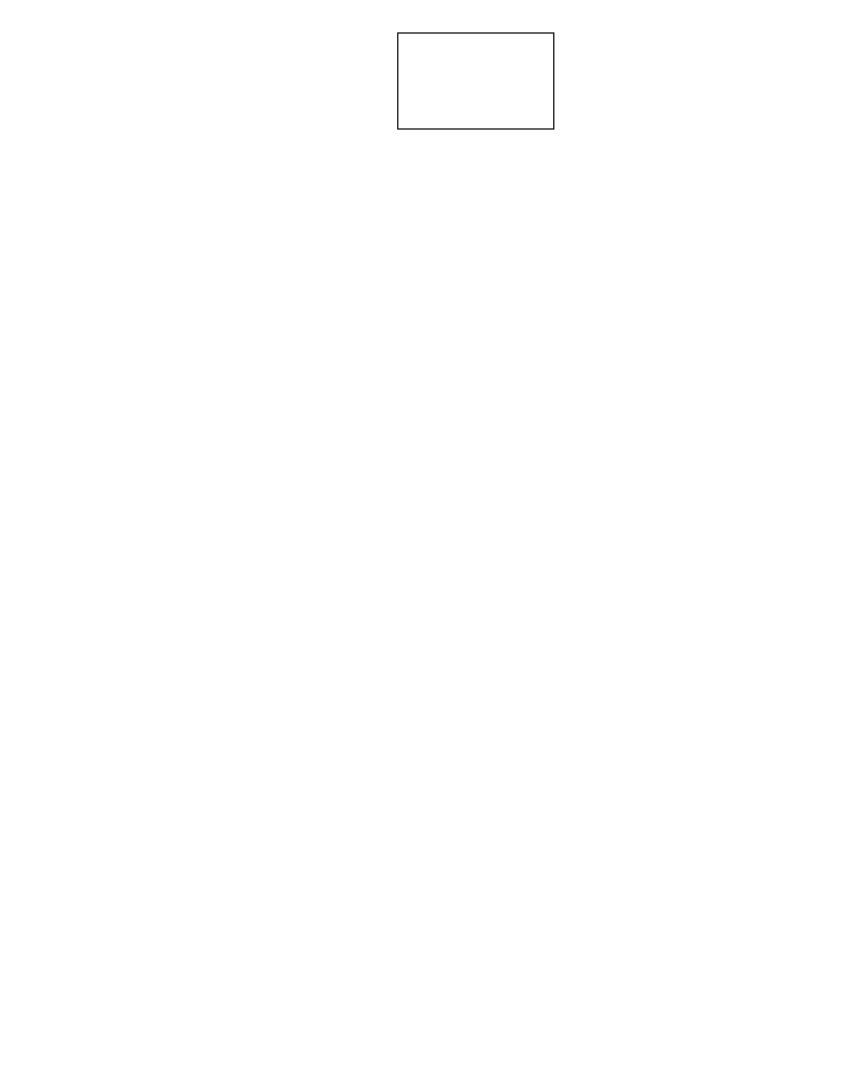
Pinballdat/shotgun_metagenomic keeps this draw.io diagram as SM_pipeline.drawio. Above is the earlier version. Source tidied: cells renumbered, new cells numbered last; positions are measured from the earlier drawing's top-left corner, leaving out a move shared by most shapes. Both pictures are drawn from the tidied source at 120%, with x=0, y=0 at pixel (397, 32).
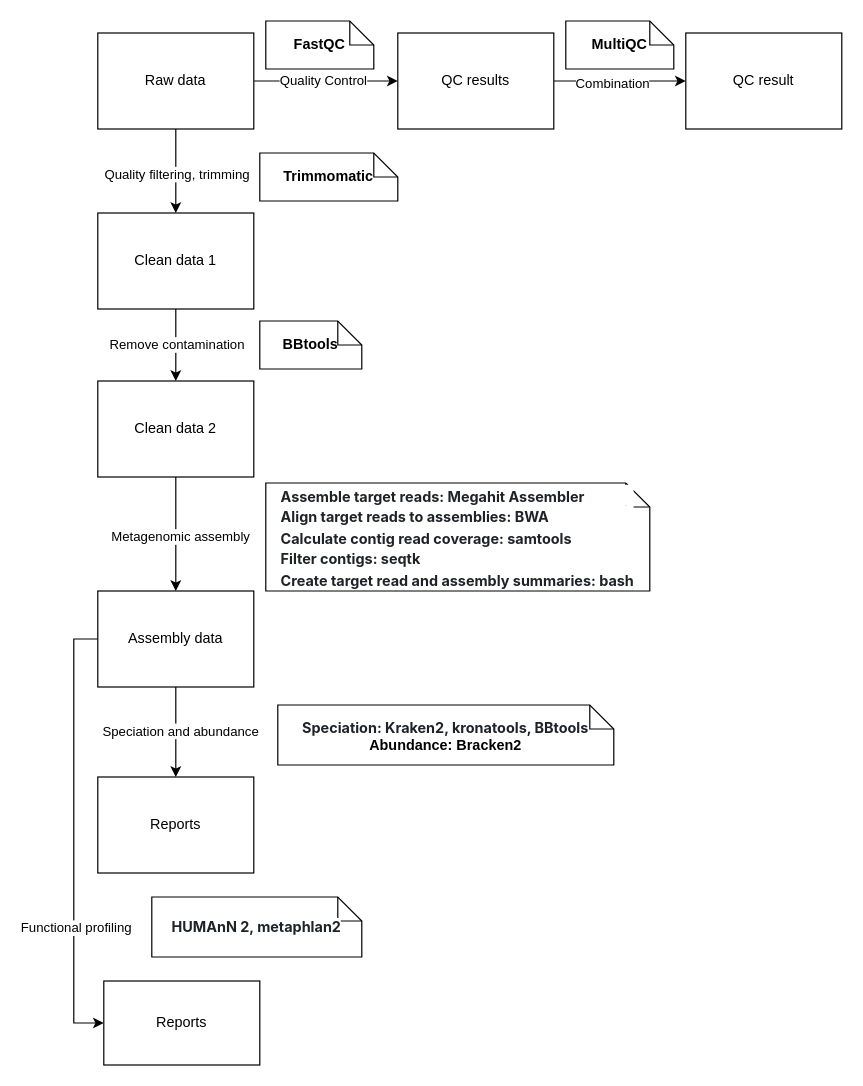
The same diagram, later.

Commit message (it also covers changes not shown here):
Cập nhật SM_pipeline.drawio

Diff of the diagram source:
```diff
@@
+    <mxCell id="3" style="edgeStyle=orthogonalEdgeStyle;rounded=0;jettySize=auto;html=1;exitX=1;exitY=0.5;exitDx=0;exitDy=0;" parent="1" edge="1" source="2" target="5">
+      <mxGeometry relative="1" as="geometry" />
+    </mxCell>
+    <mxCell id="4" value="Combination" style="edgeLabel;html=1;align=center;verticalAlign=middle;" parent="3" vertex="1">
+      <mxGeometry x="-0.12" y="-1" relative="1" as="geometry" />
+    </mxCell>
-    <mxCell id="2" style="rounded=0;whiteSpace=wrap;html=1;" parent="1" vertex="1">
+    <mxCell id="2" value="QC results" style="rounded=0;whiteSpace=wrap;html=1;strokeColor=default;align=center;verticalAlign=middle;fontFamily=Helvetica;fontSize=12;fontColor=default;fillColor=default;" parent="1" vertex="1">
       <mxGeometry width="130" height="80" as="geometry" />
     </mxCell>
+    <mxCell id="5" value="QC result" style="rounded=0;whiteSpace=wrap;html=1;strokeColor=default;align=center;verticalAlign=middle;fontFamily=Helvetica;fontSize=12;fontColor=default;fillColor=default;" parent="1" vertex="1">
+      <mxGeometry x="240" width="130" height="80" as="geometry" />
+    </mxCell>
+    <mxCell id="6" style="edgeStyle=orthogonalEdgeStyle;rounded=0;jettySize=auto;html=1;" parent="1" edge="1" source="10" target="2">
+      <mxGeometry relative="1" as="geometry" />
+    </mxCell>
+    <mxCell id="7" value="Quality Control" style="edgeLabel;html=1;align=center;verticalAlign=middle;" parent="6" vertex="1">
+      <mxGeometry x="-0.05" y="1" relative="1" as="geometry" />
+    </mxCell>
+    <mxCell id="8" style="edgeStyle=orthogonalEdgeStyle;rounded=0;jettySize=auto;html=1;entryX=0.5;entryY=0;entryDx=0;entryDy=0;" parent="1" edge="1" source="10" target="13">
+      <mxGeometry relative="1" as="geometry" />
+    </mxCell>
+    <mxCell id="9" value="Quality filtering, trimming" style="edgeLabel;html=1;align=center;verticalAlign=middle;" parent="8" vertex="1">
+      <mxGeometry x="-0.08" y="1" relative="1" as="geometry">
+        <mxPoint x="-1" y="5" as="offset" />
+      </mxGeometry>
+    </mxCell>
+    <mxCell id="10" value="Raw data" style="rounded=0;whiteSpace=wrap;html=1;strokeColor=default;align=center;verticalAlign=middle;fontFamily=Helvetica;fontSize=12;fontColor=default;fillColor=default;" parent="1" vertex="1">
+      <mxGeometry x="-250" width="130" height="80" as="geometry" />
+    </mxCell>
+    <mxCell id="11" style="edgeStyle=orthogonalEdgeStyle;rounded=0;jettySize=auto;html=1;entryX=0.5;entryY=0;entryDx=0;entryDy=0;" parent="1" edge="1" source="13" target="16">
+      <mxGeometry relative="1" as="geometry" />
+    </mxCell>
+    <mxCell id="12" value="Remove contamination" style="edgeLabel;html=1;align=center;verticalAlign=middle;" parent="11" vertex="1">
+      <mxGeometry x="-0.02" relative="1" as="geometry" />
+    </mxCell>
+    <mxCell id="13" value="Clean data 1" style="rounded=0;whiteSpace=wrap;html=1;strokeColor=default;align=center;verticalAlign=middle;fontFamily=Helvetica;fontSize=12;fontColor=default;fillColor=default;" parent="1" vertex="1">
+      <mxGeometry x="-250" y="150" width="130" height="80" as="geometry" />
+    </mxCell>
+    <mxCell id="14" style="edgeStyle=orthogonalEdgeStyle;rounded=0;jettySize=auto;html=1;entryX=0.5;entryY=0;entryDx=0;entryDy=0;" parent="1" edge="1" source="16" target="21">
+      <mxGeometry relative="1" as="geometry" />
+    </mxCell>
+    <mxCell id="15" value="Metagenomic assembly" style="edgeLabel;html=1;align=center;verticalAlign=middle;" parent="14" vertex="1">
+      <mxGeometry x="0.04" y="3" relative="1" as="geometry" />
+    </mxCell>
+    <mxCell id="16" value="Clean data 2" style="rounded=0;whiteSpace=wrap;html=1;strokeColor=default;align=center;verticalAlign=middle;fontFamily=Helvetica;fontSize=12;fontColor=default;fillColor=default;" parent="1" vertex="1">
+      <mxGeometry x="-250" y="290" width="130" height="80" as="geometry" />
+    </mxCell>
+    <mxCell id="17" style="edgeStyle=orthogonalEdgeStyle;rounded=0;jettySize=auto;html=1;entryX=0.5;entryY=0;entryDx=0;entryDy=0;" parent="1" edge="1" source="21" target="27">
+      <mxGeometry relative="1" as="geometry" />
+    </mxCell>
+    <mxCell id="18" value="Speciation and abundance" style="edgeLabel;html=1;align=center;verticalAlign=middle;" parent="17" vertex="1">
+      <mxGeometry x="-0.08" y="3" relative="1" as="geometry">
+        <mxPoint y="1" as="offset" />
+      </mxGeometry>
+    </mxCell>
+    <mxCell id="19" style="edgeStyle=orthogonalEdgeStyle;rounded=0;jettySize=auto;html=1;entryX=0;entryY=0.5;entryDx=0;entryDy=0;exitX=0;exitY=0.5;exitDx=0;exitDy=0;" parent="1" edge="1" source="21" target="29">
+      <mxGeometry relative="1" as="geometry" />
+    </mxCell>
+    <mxCell id="20" value="Functional profiling" style="edgeLabel;html=1;align=center;verticalAlign=middle;" parent="19" vertex="1">
+      <mxGeometry x="0.35" y="1" relative="1" as="geometry">
+        <mxPoint y="14" as="offset" />
+      </mxGeometry>
+    </mxCell>
+    <mxCell id="21" value="Assembly data" style="rounded=0;whiteSpace=wrap;html=1;strokeColor=default;align=center;verticalAlign=middle;fontFamily=Helvetica;fontSize=12;fontColor=default;fillColor=default;" parent="1" vertex="1">
+      <mxGeometry x="-250" y="465" width="130" height="80" as="geometry" />
+    </mxCell>
+    <mxCell id="22" value="MultiQC" style="shape=note;size=20;whiteSpace=wrap;html=1;strokeColor=default;align=center;verticalAlign=middle;fontFamily=Helvetica;fontSize=12;fontColor=default;fillColor=default;fontStyle=1;" parent="1" vertex="1">
+      <mxGeometry x="140" y="-10" width="90" height="40" as="geometry" />
+    </mxCell>
+    <mxCell id="23" value="FastQC" style="shape=note;size=20;whiteSpace=wrap;html=1;strokeColor=default;align=center;verticalAlign=middle;fontFamily=Helvetica;fontSize=12;fontColor=default;fillColor=default;fontStyle=1;" parent="1" vertex="1">
+      <mxGeometry x="-110" y="-10" width="90" height="40" as="geometry" />
+    </mxCell>
+    <mxCell id="24" value="Trimmomatic" style="shape=note;size=20;whiteSpace=wrap;html=1;strokeColor=default;align=center;verticalAlign=middle;fontFamily=Helvetica;fontSize=12;fontColor=default;fillColor=default;fontStyle=1;" parent="1" vertex="1">
+      <mxGeometry x="-115" y="100" width="115" height="40" as="geometry" />
+    </mxCell>
+    <mxCell id="25" value="BBtools" style="shape=note;size=20;whiteSpace=wrap;html=1;strokeColor=default;align=center;verticalAlign=middle;fontFamily=Helvetica;fontSize=12;fontColor=default;fillColor=default;fontStyle=1;" parent="1" vertex="1">
+      <mxGeometry x="-115" y="240" width="85" height="40" as="geometry" />
+    </mxCell>
+    <mxCell id="26" value="&lt;h3 style=&quot;box-sizing: border-box; margin-top: var(--base-size-24); margin-bottom: var(--base-size-16); line-height: 1.25; color: rgb(31, 35, 40); font-family: -apple-system, &amp;quot;system-ui&amp;quot;, &amp;quot;Segoe UI&amp;quot;, &amp;quot;Noto Sans&amp;quot;, Helvetica, Arial, sans-serif, &amp;quot;Apple Color Emoji&amp;quot;, &amp;quot;Segoe UI Emoji&amp;quot;; text-align: start; background-color: rgb(255, 255, 255);&quot; dir=&quot;auto&quot; class=&quot;heading-element&quot; tabindex=&quot;-1&quot;&gt;&lt;font style=&quot;font-size: 12px;&quot;&gt;Assemble target reads: Megahit Assembler&lt;/font&gt;&lt;/h3&gt;&lt;div style=&quot;&quot;&gt;&lt;h3 style=&quot;box-sizing: border-box; margin-top: var(--base-size-24); margin-bottom: var(--base-size-16); line-height: 1.25; color: rgb(31, 35, 40); font-family: -apple-system, &amp;quot;system-ui&amp;quot;, &amp;quot;Segoe UI&amp;quot;, &amp;quot;Noto Sans&amp;quot;, Helvetica, Arial, sans-serif, &amp;quot;Apple Color Emoji&amp;quot;, &amp;quot;Segoe UI Emoji&amp;quot;; text-align: start; background-color: rgb(255, 255, 255);&quot; dir=&quot;auto&quot; class=&quot;heading-element&quot; tabindex=&quot;-1&quot;&gt;&lt;font style=&quot;font-size: 12px;&quot;&gt;Align target reads to assemblies: BWA&lt;/font&gt;&lt;/h3&gt;&lt;/div&gt;&lt;div style=&quot;&quot;&gt;&lt;h3 style=&quot;box-sizing: border-box; margin-top: var(--base-size-24); margin-bottom: var(--base-size-16); line-height: 1.25; color: rgb(31, 35, 40); font-family: -apple-system, &amp;quot;system-ui&amp;quot;, &amp;quot;Segoe UI&amp;quot;, &amp;quot;Noto Sans&amp;quot;, Helvetica, Arial, sans-serif, &amp;quot;Apple Color Emoji&amp;quot;, &amp;quot;Segoe UI Emoji&amp;quot;; text-align: start; background-color: rgb(255, 255, 255);&quot; dir=&quot;auto&quot; class=&quot;heading-element&quot; tabindex=&quot;-1&quot;&gt;&lt;font style=&quot;font-size: 12px;&quot;&gt;Calculate contig read coverage: samtools&amp;nbsp;&lt;/font&gt;&lt;/h3&gt;&lt;h3 style=&quot;box-sizing: border-box; margin-top: var(--base-size-24); margin-bottom: var(--base-size-16); line-height: 1.25; color: rgb(31, 35, 40); font-family: -apple-system, &amp;quot;system-ui&amp;quot;, &amp;quot;Segoe UI&amp;quot;, &amp;quot;Noto Sans&amp;quot;, Helvetica, Arial, sans-serif, &amp;quot;Apple Color Emoji&amp;quot;, &amp;quot;Segoe UI Emoji&amp;quot;; text-align: start; background-color: rgb(255, 255, 255);&quot; dir=&quot;auto&quot; class=&quot;heading-element&quot; tabindex=&quot;-1&quot;&gt;&lt;span style=&quot;font-size: 12px;&quot;&gt;&lt;font style=&quot;font-size: 12px;&quot;&gt;Filter contigs: seqtk&lt;/font&gt;&lt;/span&gt;&lt;/h3&gt;&lt;/div&gt;&lt;div style=&quot;&quot;&gt;&lt;h3 style=&quot;box-sizing: border-box; margin-top: var(--base-size-24); margin-bottom: var(--base-size-16); line-height: 1.25; color: rgb(31, 35, 40); font-family: -apple-system, &amp;quot;system-ui&amp;quot;, &amp;quot;Segoe UI&amp;quot;, &amp;quot;Noto Sans&amp;quot;, Helvetica, Arial, sans-serif, &amp;quot;Apple Color Emoji&amp;quot;, &amp;quot;Segoe UI Emoji&amp;quot;; text-align: start; background-color: rgb(255, 255, 255);&quot; dir=&quot;auto&quot; class=&quot;heading-element&quot; tabindex=&quot;-1&quot;&gt;&lt;font style=&quot;font-size: 12px;&quot;&gt;Create target read and assembly summaries: bash&lt;/font&gt;&lt;/h3&gt;&lt;/div&gt;" style="shape=note;size=20;whiteSpace=wrap;html=1;strokeColor=default;align=center;verticalAlign=middle;fontFamily=Helvetica;fontSize=12;fontColor=default;fillColor=default;" parent="1" vertex="1">
+      <mxGeometry x="-110" y="375" width="320" height="90" as="geometry" />
+    </mxCell>
+    <mxCell id="27" value="Reports" style="rounded=0;whiteSpace=wrap;html=1;strokeColor=default;align=center;verticalAlign=middle;fontFamily=Helvetica;fontSize=12;fontColor=default;fillColor=default;" parent="1" vertex="1">
+      <mxGeometry x="-250" y="620" width="130" height="80" as="geometry" />
+    </mxCell>
+    <mxCell id="28" value="&lt;h3 tabindex=&quot;-1&quot; class=&quot;heading-element&quot; dir=&quot;auto&quot; style=&quot;box-sizing: border-box; margin-top: var(--base-size-24); margin-bottom: var(--base-size-16); line-height: 1.25; color: rgb(31, 35, 40); font-family: -apple-system, &amp;quot;system-ui&amp;quot;, &amp;quot;Segoe UI&amp;quot;, &amp;quot;Noto Sans&amp;quot;, Helvetica, Arial, sans-serif, &amp;quot;Apple Color Emoji&amp;quot;, &amp;quot;Segoe UI Emoji&amp;quot;; text-align: start; background-color: rgb(255, 255, 255);&quot;&gt;&lt;font style=&quot;font-size: 12px;&quot;&gt;Speciation: Kraken2, kronatools, BBtools&lt;/font&gt;&lt;/h3&gt;&lt;div style=&quot;&quot;&gt;&lt;font style=&quot;font-size: 12px;&quot;&gt;Abundance: Bracken2&lt;/font&gt;&lt;/div&gt;" style="shape=note;size=20;whiteSpace=wrap;html=1;strokeColor=default;align=center;verticalAlign=middle;fontFamily=Helvetica;fontSize=12;fontColor=default;fillColor=default;fontStyle=1;" parent="1" vertex="1">
+      <mxGeometry x="-100" y="560" width="280" height="50" as="geometry" />
+    </mxCell>
+    <mxCell id="29" value="Reports" style="rounded=0;whiteSpace=wrap;html=1;strokeColor=default;align=center;verticalAlign=middle;fontFamily=Helvetica;fontSize=12;fontColor=default;fillColor=default;" parent="1" vertex="1">
+      <mxGeometry x="-245" y="790" width="130" height="70" as="geometry" />
+    </mxCell>
+    <mxCell id="30" value="&lt;h3 style=&quot;box-sizing: border-box; margin-top: var(--base-size-24); margin-bottom: var(--base-size-16); line-height: 1.25; color: rgb(31, 35, 40); font-family: -apple-system, &amp;quot;system-ui&amp;quot;, &amp;quot;Segoe UI&amp;quot;, &amp;quot;Noto Sans&amp;quot;, Helvetica, Arial, sans-serif, &amp;quot;Apple Color Emoji&amp;quot;, &amp;quot;Segoe UI Emoji&amp;quot;; text-align: start; background-color: rgb(255, 255, 255); font-size: 12px;&quot; dir=&quot;auto&quot; class=&quot;heading-element&quot; tabindex=&quot;-1&quot;&gt;&lt;span style=&quot;font-size: 12px;&quot;&gt;&lt;font style=&quot;font-size: 12px;&quot;&gt;HUMAnN 2, metaphlan2&lt;/font&gt;&lt;/span&gt;&lt;/h3&gt;" style="shape=note;size=20;whiteSpace=wrap;html=1;strokeColor=default;align=center;verticalAlign=middle;fontFamily=Helvetica;fontSize=12;fontColor=default;fillColor=default;" parent="1" vertex="1">
+      <mxGeometry x="-205" y="720" width="175" height="50" as="geometry" />
+    </mxCell>
```
